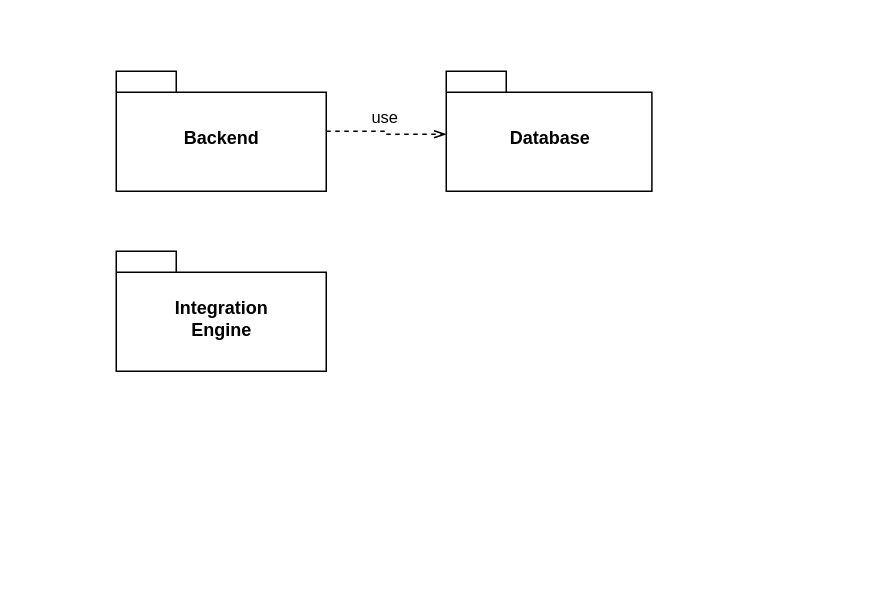
Above: template/ModuleView.drawio in gianmarcomurru/Software_Architecture_1 (draw.io), before the change. Source tidied: cells renumbered, new cells numbered last; positions are measured from the earlier drawing's top-left corner, leaving out a move shared by most shapes. Both pictures are drawn from the tidied source at 150%, with x=0, y=0 at pixel (116, 70).
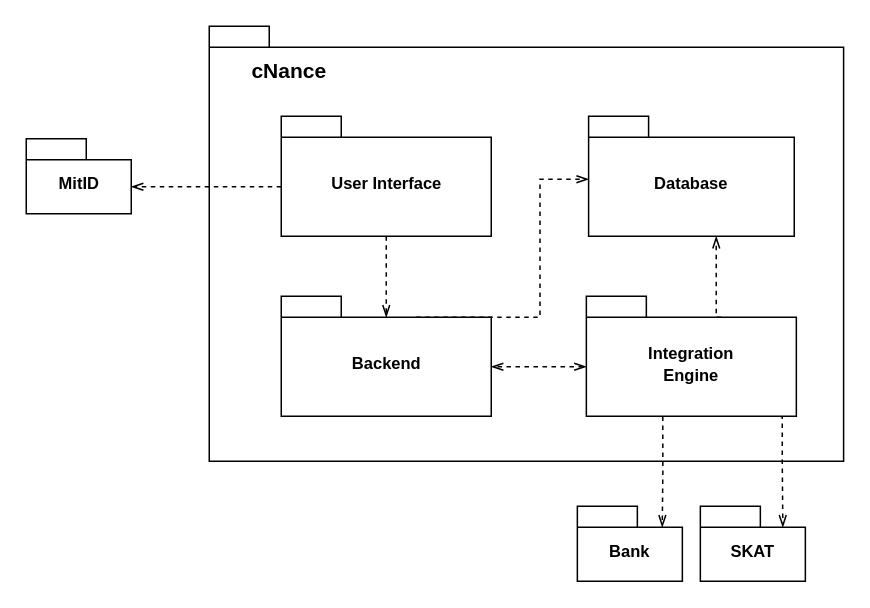
The same diagram, later.

Change to the diagram source:
```diff
@@
+    <mxCell id="7" style="shape=folder;fontStyle=1;spacingTop=10;tabWidth=40;tabHeight=14;tabPosition=left;html=1;" parent="1" vertex="1">
+      <mxGeometry x="62" y="-30" width="422.9" height="290" as="geometry" />
+    </mxCell>
-    <mxCell id="2" style="edgeStyle=orthogonalEdgeStyle;rounded=0;jettySize=auto;html=1;entryX=0;entryY=0;entryDx=0;entryDy=42;entryPerimeter=0;dashed=1;endArrow=openThin;endFill=0;" parent="1" edge="1" source="4" target="6">
+    <mxCell id="2" style="edgeStyle=orthogonalEdgeStyle;rounded=0;jettySize=auto;html=1;entryX=0;entryY=0;entryDx=0;entryDy=42;entryPerimeter=0;dashed=1;endArrow=openThin;endFill=0;exitX=0;exitY=0;exitDx=90;exitDy=14;exitPerimeter=0;" parent="1" edge="1" source="4" target="6">
       <mxGeometry relative="1" as="geometry" />
     </mxCell>
-    <mxCell id="3" value="use" style="edgeLabel;html=1;align=center;verticalAlign=middle;" parent="2" vertex="1">
-      <mxGeometry x="-0.08" y="-1" relative="1" as="geometry">
-        <mxPoint y="-11" as="offset" />
-      </mxGeometry>
-    </mxCell>
-    <mxCell id="4" value="Backend" style="shape=folder;fontStyle=1;spacingTop=10;tabWidth=40;tabHeight=14;tabPosition=left;html=1;" parent="1" vertex="1">
-      <mxGeometry width="140" height="80" as="geometry" />
+    <mxCell id="4" value="&lt;font style=&quot;font-size: 11px&quot;&gt;Backend&lt;/font&gt;" style="shape=folder;fontStyle=1;spacingTop=10;tabWidth=40;tabHeight=14;tabPosition=left;html=1;" parent="1" vertex="1">
+      <mxGeometry x="110" y="150" width="140" height="80" as="geometry" />
     </mxCell>
+    <mxCell id="8" style="edgeStyle=orthogonalEdgeStyle;rounded=0;jettySize=auto;html=1;exitX=0;exitY=0;exitDx=90;exitDy=14;exitPerimeter=0;fontSize=11;dashed=1;endArrow=openThin;endFill=0;" parent="1" edge="1" source="5">
+      <mxGeometry relative="1" as="geometry">
+        <mxPoint x="400" y="110" as="targetPoint" />
+        <Array as="points">
+          <mxPoint x="400" y="164" />
+          <mxPoint x="400" y="110" />
+        </Array>
+      </mxGeometry>
+    </mxCell>
+    <mxCell id="9" style="edgeStyle=orthogonalEdgeStyle;rounded=0;jettySize=auto;html=1;exitX=0;exitY=0;exitDx=0;exitDy=47;exitPerimeter=0;entryX=0;entryY=0;entryDx=140;entryDy=47;entryPerimeter=0;dashed=1;fontSize=11;endArrow=openThin;endFill=0;startArrow=openThin;startFill=0;" parent="1" edge="1" source="5" target="4">
+      <mxGeometry relative="1" as="geometry" />
+    </mxCell>
+    <mxCell id="10" style="edgeStyle=orthogonalEdgeStyle;rounded=0;jettySize=auto;html=1;exitX=0.364;exitY=1.002;exitDx=0;exitDy=0;exitPerimeter=0;entryX=0;entryY=0;entryDx=55;entryDy=14;entryPerimeter=0;dashed=1;fontSize=11;startArrow=none;startFill=0;endArrow=openThin;endFill=0;" parent="1" edge="1" source="5">
+      <mxGeometry relative="1" as="geometry">
+        <mxPoint x="364" y="304" as="targetPoint" />
+      </mxGeometry>
+    </mxCell>
+    <mxCell id="11" style="edgeStyle=orthogonalEdgeStyle;rounded=0;jettySize=auto;html=1;exitX=0.923;exitY=1.002;exitDx=0;exitDy=0;exitPerimeter=0;entryX=0;entryY=0;entryDx=55;entryDy=14;entryPerimeter=0;dashed=1;fontSize=11;startArrow=none;startFill=0;endArrow=openThin;endFill=0;" parent="1" edge="1" source="5" target="18">
+      <mxGeometry relative="1" as="geometry">
+        <Array as="points">
+          <mxPoint x="444" y="230" />
+          <mxPoint x="444" y="260" />
+        </Array>
+      </mxGeometry>
+    </mxCell>
-    <mxCell id="5" value="Integration&lt;br&gt;Engine" style="shape=folder;fontStyle=1;spacingTop=10;tabWidth=40;tabHeight=14;tabPosition=left;html=1;" parent="1" vertex="1">
-      <mxGeometry y="120" width="140" height="80" as="geometry" />
+    <mxCell id="5" value="&lt;font style=&quot;font-size: 11px&quot;&gt;Integration&lt;br&gt;Engine&lt;/font&gt;" style="shape=folder;fontStyle=1;spacingTop=10;tabWidth=40;tabHeight=14;tabPosition=left;html=1;" parent="1" vertex="1">
+      <mxGeometry x="313.4" y="150" width="140" height="80" as="geometry" />
     </mxCell>
-    <mxCell id="6" value="Database" style="shape=folder;fontStyle=1;spacingTop=10;tabWidth=40;tabHeight=14;tabPosition=left;html=1;" parent="1" vertex="1">
-      <mxGeometry x="220" width="137.1" height="80" as="geometry" />
+    <mxCell id="6" value="&lt;font style=&quot;font-size: 11px&quot;&gt;Database&lt;/font&gt;" style="shape=folder;fontStyle=1;spacingTop=10;tabWidth=40;tabHeight=14;tabPosition=left;html=1;" parent="1" vertex="1">
+      <mxGeometry x="314.9" y="30" width="137.1" height="80" as="geometry" />
     </mxCell>
+    <mxCell id="12" value="cNance" style="text;html=1;align=center;verticalAlign=middle;fillColor=none;strokeColor=none;rounded=0;fontSize=14;fontStyle=1;" parent="1" vertex="1">
+      <mxGeometry x="79.9" y="-10" width="70" height="20" as="geometry" />
+    </mxCell>
+    <mxCell id="13" style="edgeStyle=orthogonalEdgeStyle;rounded=0;jettySize=auto;html=1;dashed=1;fontSize=11;endArrow=openThin;endFill=0;exitX=0.5;exitY=1;exitDx=0;exitDy=0;exitPerimeter=0;" parent="1" edge="1" source="15">
+      <mxGeometry relative="1" as="geometry">
+        <mxPoint x="180" y="164" as="targetPoint" />
+        <Array as="points">
+          <mxPoint x="180" y="164" />
+        </Array>
+      </mxGeometry>
+    </mxCell>
+    <mxCell id="14" style="edgeStyle=orthogonalEdgeStyle;rounded=0;jettySize=auto;html=1;exitX=0;exitY=0;exitDx=0;exitDy=47;exitPerimeter=0;entryX=0;entryY=0;entryDx=70;entryDy=32;entryPerimeter=0;dashed=1;fontSize=11;startArrow=none;startFill=0;endArrow=openThin;endFill=0;" parent="1" edge="1" source="15" target="16">
+      <mxGeometry relative="1" as="geometry" />
+    </mxCell>
+    <mxCell id="15" value="User Interface" style="shape=folder;fontStyle=1;spacingTop=10;tabWidth=40;tabHeight=14;tabPosition=left;html=1;fontSize=11;" parent="1" vertex="1">
+      <mxGeometry x="110" y="30" width="140" height="80" as="geometry" />
+    </mxCell>
+    <mxCell id="16" value="MitID" style="shape=folder;fontStyle=1;spacingTop=10;tabWidth=40;tabHeight=14;tabPosition=left;html=1;fontSize=11;" parent="1" vertex="1">
+      <mxGeometry x="-60" y="45" width="70" height="50" as="geometry" />
+    </mxCell>
+    <mxCell id="17" value="Bank" style="shape=folder;fontStyle=1;spacingTop=10;tabWidth=40;tabHeight=14;tabPosition=left;html=1;fontSize=11;" parent="1" vertex="1">
+      <mxGeometry x="307.4" y="290" width="70" height="50" as="geometry" />
+    </mxCell>
+    <mxCell id="18" value="SKAT" style="shape=folder;fontStyle=1;spacingTop=10;tabWidth=40;tabHeight=14;tabPosition=left;html=1;fontSize=11;" parent="1" vertex="1">
+      <mxGeometry x="389.4" y="290" width="70" height="50" as="geometry" />
+    </mxCell>
```
